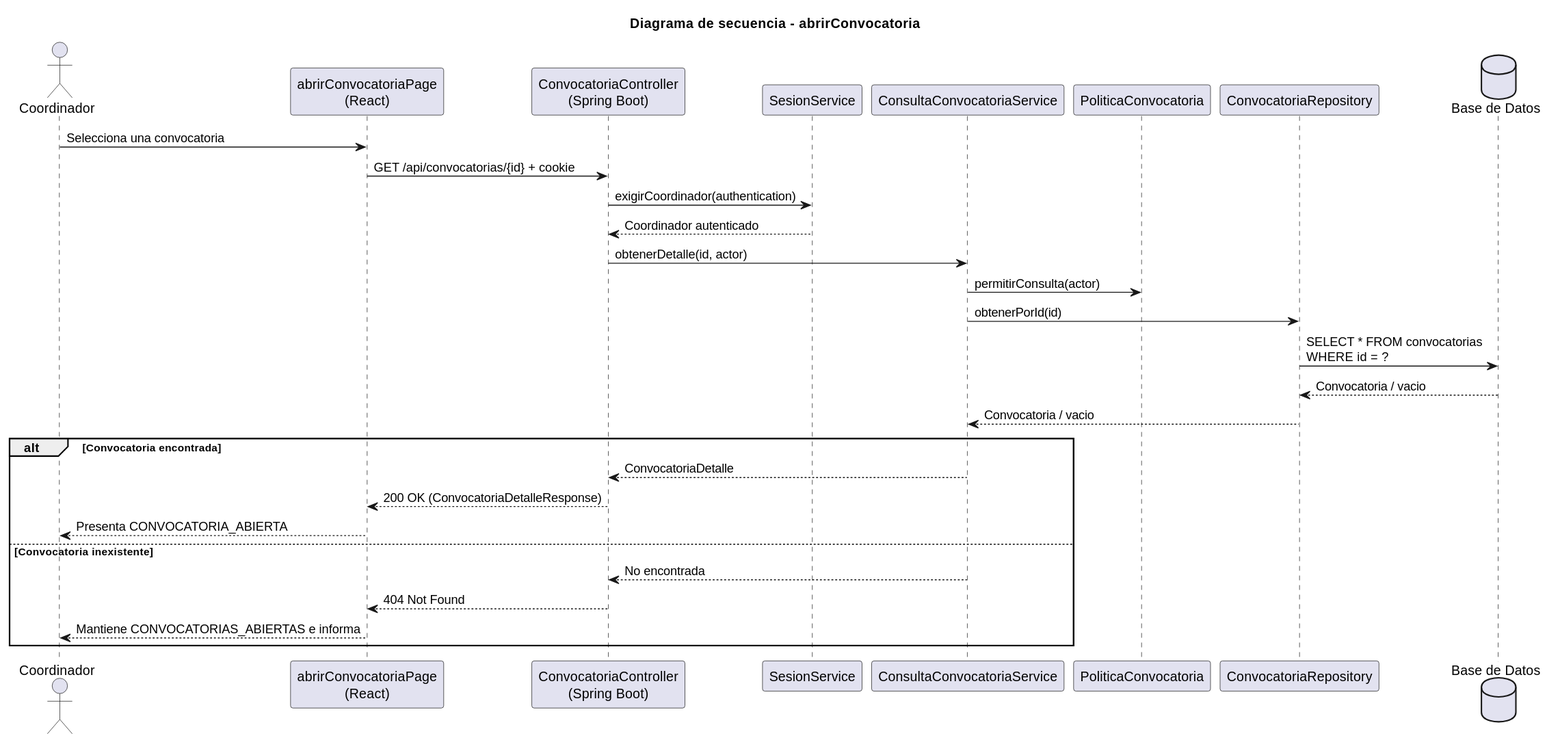
Earlier version of the PlantUML export images/RUP/02-diseño/casos-uso/coordinador/abrirConvocatoria/secuencia.svg (beatriizorozco/25-26-idsw2-sdVC). The source it was exported from:
```plantuml
@startuml
title Diagrama de secuencia - abrirConvocatoria

actor Coordinador
participant "abrirConvocatoriaPage\n(React)" as Frontend
participant "ConvocatoriaController\n(Spring Boot)" as Api
participant "SesionService" as Sesion
participant "ConsultaConvocatoriaService" as Service
participant "PoliticaConvocatoria" as Policy
participant "ConvocatoriaRepository" as Repo
database "Base de Datos" as DB

Coordinador -> Frontend: Selecciona una convocatoria
Frontend -> Api: GET /api/convocatorias/{id} + cookie
Api -> Sesion: exigirCoordinador(authentication)
Sesion --> Api: Coordinador autenticado
Api -> Service: obtenerDetalle(id, actor)
Service -> Policy: permitirConsulta(actor)
Service -> Repo: obtenerPorId(id)
Repo -> DB: SELECT * FROM convocatorias\nWHERE id = ?
DB --> Repo: Convocatoria / vacio
Repo --> Service: Convocatoria / vacio

alt Convocatoria encontrada
    Service --> Api: ConvocatoriaDetalle
    Api --> Frontend: 200 OK (ConvocatoriaDetalleResponse)
    Frontend --> Coordinador: Presenta CONVOCATORIA_ABIERTA
else Convocatoria inexistente
    Service --> Api: No encontrada
    Api --> Frontend: 404 Not Found
    Frontend --> Coordinador: Mantiene CONVOCATORIAS_ABIERTAS e informa
end
@enduml
```
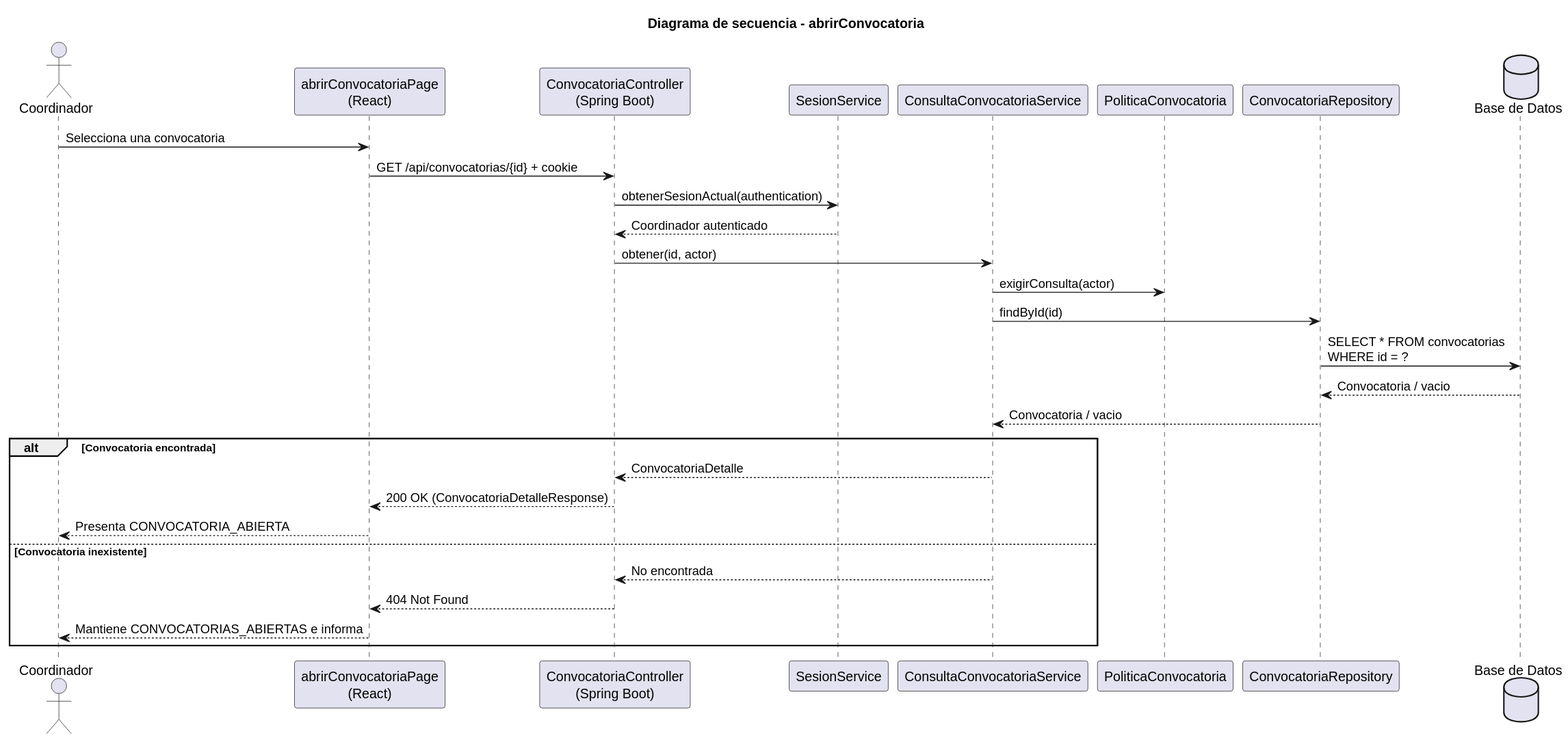
Later version of the same file.

Change to the diagram source:
```diff
@@ -12,11 +12,11 @@
 
 Coordinador -> Frontend: Selecciona una convocatoria
 Frontend -> Api: GET /api/convocatorias/{id} + cookie
-Api -> Sesion: exigirCoordinador(authentication)
+Api -> Sesion: obtenerSesionActual(authentication)
 Sesion --> Api: Coordinador autenticado
-Api -> Service: obtenerDetalle(id, actor)
-Service -> Policy: permitirConsulta(actor)
-Service -> Repo: obtenerPorId(id)
+Api -> Service: obtener(id, actor)
+Service -> Policy: exigirConsulta(actor)
+Service -> Repo: findById(id)
 Repo -> DB: SELECT * FROM convocatorias\nWHERE id = ?
 DB --> Repo: Convocatoria / vacio
 Repo --> Service: Convocatoria / vacio
```
